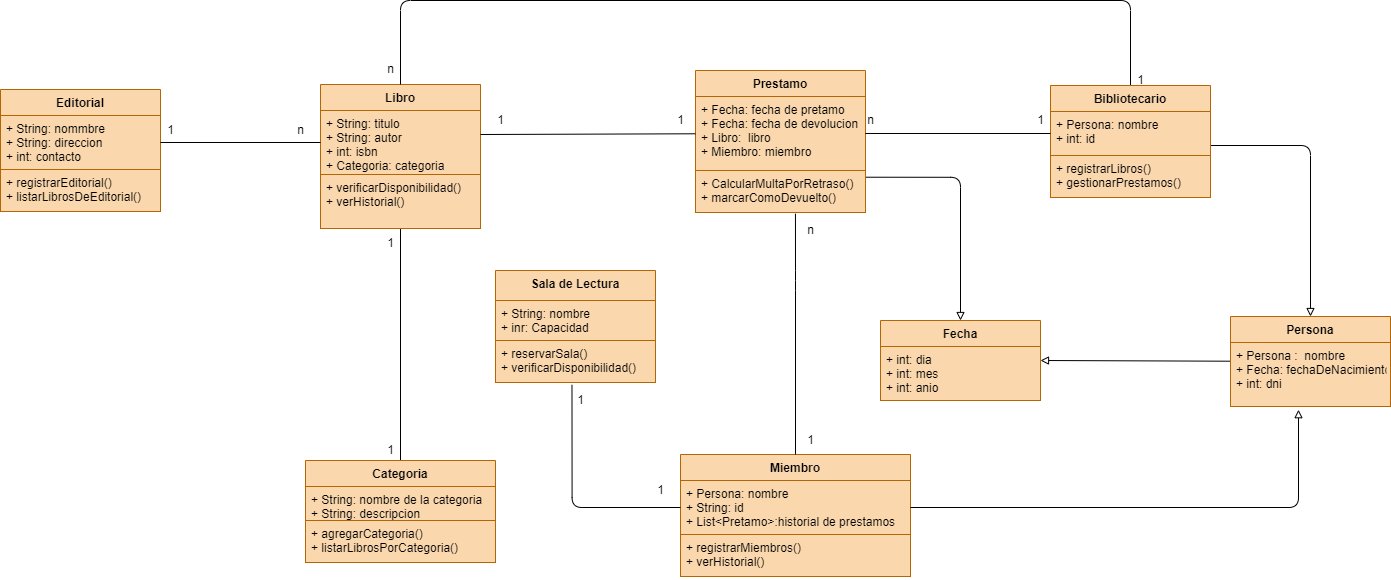
Before: Diagramas/Sistema_de_Bibliotecas_B.drawio.png, a diagram exported from draw.io (nexphernandez/Diagramas-de-Clase). Source tidied: cells renumbered, new cells last; positions are measured from the earlier drawing's top-left corner, leaving out a move shared by most shapes. Its diagram source:
```xml
<mxGraphModel background="#ffffff">
  <root>
    <mxCell id="0" />
    <mxCell id="1" parent="0" />
    <mxCell id="2" style="edgeStyle=none;html=1;entryX=0.5;entryY=0;entryDx=0;entryDy=0;endArrow=none;endFill=0;" parent="1" edge="1" source="3" target="22">
      <mxGeometry relative="1" as="geometry" />
    </mxCell>
    <mxCell id="3" value="Libro" style="swimlane;fontStyle=1;align=center;verticalAlign=top;horizontal=1;startSize=26;fillColor=#fad7ac;strokeColor=#b46504;" parent="1" vertex="1">
      <mxGeometry x="320" y="84" width="160" height="144" as="geometry" />
    </mxCell>
    <mxCell id="4" value="+ String: titulo&#10;+ String: autor&#10;+ int: isbn&#10;+ Categoria: categoria" style="text;fillColor=#fad7ac;align=left;verticalAlign=top;spacingLeft=4;spacingRight=4;overflow=hidden;points=[[0,0.5],[1,0.5]];portConstraint=eastwest;strokeColor=#b46504;" parent="3" vertex="1">
      <mxGeometry y="26" width="160" height="64" as="geometry" />
    </mxCell>
    <mxCell id="5" style="line;strokeWidth=1;fillColor=#fad7ac;align=left;verticalAlign=middle;spacingTop=-1;spacingLeft=3;spacingRight=3;labelPosition=right;strokeColor=#b46504;" parent="3" vertex="1">
      <mxGeometry y="90" width="160" as="geometry" />
    </mxCell>
    <mxCell id="6" value="+ verificarDisponibilidad()&#10;+ verHistorial()" style="text;fillColor=#fad7ac;align=left;verticalAlign=top;spacingLeft=4;spacingRight=4;overflow=hidden;strokeColor=#b46504;" parent="3" vertex="1">
      <mxGeometry y="90" width="160" height="54" as="geometry" />
    </mxCell>
    <mxCell id="7" value="Miembro" style="swimlane;fontStyle=1;align=center;verticalAlign=top;horizontal=1;startSize=26;fillColor=#fad7ac;strokeColor=#b46504;" parent="1" vertex="1">
      <mxGeometry x="680" y="454" width="230" height="122" as="geometry" />
    </mxCell>
    <mxCell id="8" value="+ Persona: nombre&#10;+ String: id&#10;+ List&lt;Pretamo&gt;:historial de prestamos" style="text;fillColor=#fad7ac;align=left;verticalAlign=top;spacingLeft=4;spacingRight=4;overflow=hidden;points=[[0,0.5],[1,0.5]];portConstraint=eastwest;strokeColor=#b46504;" parent="7" vertex="1">
      <mxGeometry y="26" width="230" height="54" as="geometry" />
    </mxCell>
    <mxCell id="9" style="line;strokeWidth=1;fillColor=#fad7ac;align=left;verticalAlign=middle;spacingTop=-1;spacingLeft=3;spacingRight=3;labelPosition=right;strokeColor=#b46504;" parent="7" vertex="1">
      <mxGeometry y="80" width="230" as="geometry" />
    </mxCell>
    <mxCell id="10" value="+ registrarMiembros()&#10;+ verHistorial()" style="text;fillColor=#fad7ac;align=left;verticalAlign=top;spacingLeft=4;spacingRight=4;overflow=hidden;strokeColor=#b46504;" parent="7" vertex="1">
      <mxGeometry y="80" width="230" height="42" as="geometry" />
    </mxCell>
    <mxCell id="11" style="edgeStyle=orthogonalEdgeStyle;html=1;endArrow=block;endFill=0;exitX=1.003;exitY=0.16;exitDx=0;exitDy=0;exitPerimeter=0;entryX=0.5;entryY=0;entryDx=0;entryDy=0;" parent="1" edge="1" source="15" target="26">
      <mxGeometry relative="1" as="geometry">
        <Array as="points">
          <mxPoint x="960" y="177" />
        </Array>
      </mxGeometry>
    </mxCell>
    <mxCell id="12" value="Prestamo" style="swimlane;fontStyle=1;align=center;verticalAlign=top;horizontal=1;startSize=26;fillColor=#fad7ac;strokeColor=#b46504;" parent="1" vertex="1">
      <mxGeometry x="695" y="70" width="170" height="142" as="geometry" />
    </mxCell>
    <mxCell id="13" value="+ Fecha: fecha de pretamo&#10;+ Fecha: fecha de devolucion&#10;+ Libro:  libro&#10;+ Miembro: miembro" style="text;strokeColor=#b46504;fillColor=#fad7ac;align=left;verticalAlign=top;spacingLeft=4;spacingRight=4;overflow=hidden;points=[[0,0.5],[1,0.5]];portConstraint=eastwest;" parent="12" vertex="1">
      <mxGeometry y="26" width="170" height="74" as="geometry" />
    </mxCell>
    <mxCell id="14" style="line;strokeWidth=1;fillColor=none;align=left;verticalAlign=middle;spacingTop=-1;spacingLeft=3;spacingRight=3;labelPosition=right;strokeColor=inherit;" parent="12" vertex="1">
      <mxGeometry y="100" width="170" as="geometry" />
    </mxCell>
    <mxCell id="15" value="+ CalcularMultaPorRetraso()&#10;+ marcarComoDevuelto()" style="text;strokeColor=#b46504;fillColor=#fad7ac;align=left;verticalAlign=top;spacingLeft=4;spacingRight=4;overflow=hidden;points=[[0,0.5],[1,0.5]];portConstraint=eastwest;" parent="12" vertex="1">
      <mxGeometry y="100" width="170" height="42" as="geometry" />
    </mxCell>
    <mxCell id="16" style="edgeStyle=orthogonalEdgeStyle;html=1;entryX=0.5;entryY=0;entryDx=0;entryDy=0;endArrow=block;endFill=0;" parent="1" edge="1" source="18" target="30">
      <mxGeometry relative="1" as="geometry">
        <Array as="points">
          <mxPoint x="1310" y="145" />
        </Array>
      </mxGeometry>
    </mxCell>
    <mxCell id="17" style="edgeStyle=orthogonalEdgeStyle;html=1;endArrow=none;endFill=0;entryX=0.5;entryY=0;entryDx=0;entryDy=0;" parent="1" edge="1" source="18" target="3">
      <mxGeometry relative="1" as="geometry">
        <Array as="points">
          <mxPoint x="1130" />
          <mxPoint x="400" />
        </Array>
      </mxGeometry>
    </mxCell>
    <mxCell id="18" value="Bibliotecario" style="swimlane;fontStyle=1;align=center;verticalAlign=top;horizontal=1;startSize=26;fillColor=#fad7ac;strokeColor=#b46504;" parent="1" vertex="1">
      <mxGeometry x="1050" y="85" width="160" height="112" as="geometry" />
    </mxCell>
    <mxCell id="19" value="+ Persona: nombre&#10;+ int: id" style="text;strokeColor=#b46504;fillColor=#fad7ac;align=left;verticalAlign=top;spacingLeft=4;spacingRight=4;overflow=hidden;points=[[0,0.5],[1,0.5]];portConstraint=eastwest;" parent="18" vertex="1">
      <mxGeometry y="26" width="160" height="44" as="geometry" />
    </mxCell>
    <mxCell id="20" style="line;strokeWidth=1;fillColor=none;align=left;verticalAlign=middle;spacingTop=-1;spacingLeft=3;spacingRight=3;labelPosition=right;strokeColor=inherit;" parent="18" vertex="1">
      <mxGeometry y="70" width="160" as="geometry" />
    </mxCell>
    <mxCell id="21" value="+ registrarLibros()&#10;+ gestionarPrestamos()" style="text;strokeColor=#b46504;fillColor=#fad7ac;align=left;verticalAlign=top;spacingLeft=4;spacingRight=4;overflow=hidden;" parent="18" vertex="1">
      <mxGeometry y="70" width="160" height="42" as="geometry" />
    </mxCell>
    <mxCell id="22" value="Categoria" style="swimlane;fontStyle=1;align=center;verticalAlign=top;horizontal=1;startSize=26;fillColor=#fad7ac;strokeColor=#b46504;" parent="1" vertex="1">
      <mxGeometry x="305" y="460" width="190" height="102" as="geometry" />
    </mxCell>
    <mxCell id="23" value="+ String: nombre de la categoria&#10;+ String: descripcion" style="text;strokeColor=#b46504;fillColor=#fad7ac;align=left;verticalAlign=top;spacingLeft=4;spacingRight=4;overflow=hidden;" parent="22" vertex="1">
      <mxGeometry y="26" width="190" height="34" as="geometry" />
    </mxCell>
    <mxCell id="24" style="line;strokeWidth=1;fillColor=none;align=left;verticalAlign=middle;spacingTop=-1;spacingLeft=3;spacingRight=3;labelPosition=right;strokeColor=inherit;" parent="22" vertex="1">
      <mxGeometry y="60" width="190" as="geometry" />
    </mxCell>
    <mxCell id="25" value="+ agregarCategoria()&#10;+ listarLibrosPorCategoria()" style="text;strokeColor=#b46504;fillColor=#fad7ac;align=left;verticalAlign=top;spacingLeft=4;spacingRight=4;overflow=hidden;" parent="22" vertex="1">
      <mxGeometry y="60" width="190" height="42" as="geometry" />
    </mxCell>
    <mxCell id="26" value="Fecha" style="swimlane;fontStyle=1;align=center;verticalAlign=top;horizontal=1;startSize=26;fillColor=#fad7ac;strokeColor=#b46504;" parent="1" vertex="1">
      <mxGeometry x="880" y="320" width="160" height="80" as="geometry" />
    </mxCell>
    <mxCell id="27" value="+ int: dia&#10;+ int: mes&#10;+ int: anio" style="text;fillColor=#fad7ac;align=left;verticalAlign=top;spacingLeft=4;spacingRight=4;overflow=hidden;strokeColor=#b46504;" parent="26" vertex="1">
      <mxGeometry y="26" width="160" height="54" as="geometry" />
    </mxCell>
    <mxCell id="28" style="line;strokeWidth=1;fillColor=#fad7ac;align=left;verticalAlign=middle;spacingTop=-1;spacingLeft=3;spacingRight=3;labelPosition=right;strokeColor=#b46504;" parent="26" vertex="1">
      <mxGeometry y="80" width="160" as="geometry" />
    </mxCell>
    <mxCell id="29" style="edgeStyle=none;html=1;entryX=1;entryY=0.5;entryDx=0;entryDy=0;endArrow=block;endFill=0;" parent="1" edge="1" source="30" target="26">
      <mxGeometry relative="1" as="geometry" />
    </mxCell>
    <mxCell id="30" value="Persona" style="swimlane;fontStyle=1;align=center;verticalAlign=top;horizontal=1;startSize=26;fillColor=#fad7ac;strokeColor=#b46504;" parent="1" vertex="1">
      <mxGeometry x="1230" y="316" width="160" height="90" as="geometry" />
    </mxCell>
    <mxCell id="31" value="+ Persona :  nombre&#10;+ Fecha: fechaDeNacimiento&#10;+ int: dni" style="text;fillColor=#fad7ac;align=left;verticalAlign=top;spacingLeft=4;spacingRight=4;overflow=hidden;points=[[0,0.5],[1,0.5]];portConstraint=eastwest;strokeColor=#b46504;" parent="30" vertex="1">
      <mxGeometry y="26" width="160" height="64" as="geometry" />
    </mxCell>
    <mxCell id="32" style="line;strokeWidth=1;fillColor=none;align=left;verticalAlign=middle;spacingTop=-1;spacingLeft=3;spacingRight=3;labelPosition=right;strokeColor=inherit;" parent="30" vertex="1">
      <mxGeometry y="90" width="160" as="geometry" />
    </mxCell>
    <mxCell id="33" style="edgeStyle=none;html=1;entryX=0;entryY=0.5;entryDx=0;entryDy=0;endArrow=none;endFill=0;" parent="1" edge="1" source="13" target="19">
      <mxGeometry relative="1" as="geometry" />
    </mxCell>
    <mxCell id="34" style="edgeStyle=none;html=1;entryX=1;entryY=0.375;entryDx=0;entryDy=0;entryPerimeter=0;endArrow=none;endFill=0;" parent="1" edge="1" source="13" target="4">
      <mxGeometry relative="1" as="geometry" />
    </mxCell>
    <mxCell id="35" style="edgeStyle=orthogonalEdgeStyle;html=1;entryX=0.5;entryY=0;entryDx=0;entryDy=0;endArrow=none;endFill=0;exitX=0.588;exitY=1.028;exitDx=0;exitDy=0;exitPerimeter=0;" parent="1" edge="1" source="15" target="7">
      <mxGeometry relative="1" as="geometry">
        <Array as="points">
          <mxPoint x="795" y="280" />
          <mxPoint x="795" y="280" />
        </Array>
      </mxGeometry>
    </mxCell>
    <mxCell id="36" value="1" style="text;html=1;align=center;verticalAlign=middle;strokeColor=none;fillColor=none;" parent="1" vertex="1">
      <mxGeometry x="795" y="425" width="30" height="30" as="geometry" />
    </mxCell>
    <mxCell id="37" value="n" style="text;html=1;align=center;verticalAlign=middle;strokeColor=none;fillColor=none;" parent="1" vertex="1">
      <mxGeometry x="795" y="215" width="30" height="30" as="geometry" />
    </mxCell>
    <mxCell id="38" style="edgeStyle=orthogonalEdgeStyle;html=1;entryX=0.425;entryY=1.05;entryDx=0;entryDy=0;entryPerimeter=0;endArrow=block;endFill=0;" parent="1" edge="1" source="8" target="31">
      <mxGeometry relative="1" as="geometry">
        <Array as="points">
          <mxPoint x="1298" y="507" />
        </Array>
      </mxGeometry>
    </mxCell>
    <mxCell id="39" value="1" style="text;html=1;align=center;verticalAlign=middle;strokeColor=none;fillColor=none;" parent="1" vertex="1">
      <mxGeometry x="665" y="105" width="30" height="30" as="geometry" />
    </mxCell>
    <mxCell id="40" value="1" style="text;html=1;align=center;verticalAlign=middle;strokeColor=none;fillColor=none;" parent="1" vertex="1">
      <mxGeometry x="485" y="105" width="30" height="30" as="geometry" />
    </mxCell>
    <mxCell id="41" value="1" style="text;html=1;align=center;verticalAlign=middle;strokeColor=none;fillColor=none;" parent="1" vertex="1">
      <mxGeometry x="1025" y="105" width="30" height="30" as="geometry" />
    </mxCell>
    <mxCell id="42" value="n" style="text;html=1;align=center;verticalAlign=middle;strokeColor=none;fillColor=none;" parent="1" vertex="1">
      <mxGeometry x="855" y="105" width="30" height="30" as="geometry" />
    </mxCell>
    <mxCell id="43" value="1" style="text;html=1;align=center;verticalAlign=middle;strokeColor=none;fillColor=none;" parent="1" vertex="1">
      <mxGeometry x="375" y="228" width="30" height="30" as="geometry" />
    </mxCell>
    <mxCell id="44" value="1" style="text;html=1;align=center;verticalAlign=middle;strokeColor=none;fillColor=none;" parent="1" vertex="1">
      <mxGeometry x="375" y="435" width="30" height="30" as="geometry" />
    </mxCell>
    <mxCell id="45" value="1" style="text;html=1;align=center;verticalAlign=middle;strokeColor=none;fillColor=none;" parent="1" vertex="1">
      <mxGeometry x="1125" y="65" width="30" height="30" as="geometry" />
    </mxCell>
    <mxCell id="46" value="n" style="text;html=1;align=center;verticalAlign=middle;strokeColor=none;fillColor=none;" parent="1" vertex="1">
      <mxGeometry x="375" y="54" width="30" height="30" as="geometry" />
    </mxCell>
    <mxCell id="47" value="Editorial" style="swimlane;fontStyle=1;align=center;verticalAlign=top;horizontal=1;startSize=26;fillColor=#fad7ac;strokeColor=#b46504;" parent="1" vertex="1">
      <mxGeometry y="89" width="160" height="122" as="geometry" />
    </mxCell>
    <mxCell id="48" value="+ String: nommbre&#10;+ String: direccion&#10;+ int: contacto" style="text;strokeColor=#b46504;fillColor=#fad7ac;align=left;verticalAlign=top;spacingLeft=4;spacingRight=4;overflow=hidden;points=[[0,0.5],[1,0.5]];portConstraint=eastwest;" parent="47" vertex="1">
      <mxGeometry y="26" width="160" height="54" as="geometry" />
    </mxCell>
    <mxCell id="49" style="line;strokeWidth=1;fillColor=none;align=left;verticalAlign=middle;spacingTop=-1;spacingLeft=3;spacingRight=3;labelPosition=right;strokeColor=inherit;" parent="47" vertex="1">
      <mxGeometry y="80" width="160" as="geometry" />
    </mxCell>
    <mxCell id="50" value="+ registrarEditorial()&#10;+ listarLibrosDeEditorial()" style="text;strokeColor=#b46504;fillColor=#fad7ac;align=left;verticalAlign=top;spacingLeft=4;spacingRight=4;overflow=hidden;" parent="47" vertex="1">
      <mxGeometry y="80" width="160" height="42" as="geometry" />
    </mxCell>
    <mxCell id="51" value="Sala de Lectura" style="swimlane;fontStyle=1;align=center;verticalAlign=top;horizontal=1;startSize=30;fillColor=#fad7ac;strokeColor=#b46504;" parent="1" vertex="1">
      <mxGeometry x="495" y="270" width="160" height="112" as="geometry" />
    </mxCell>
    <mxCell id="52" value="+ String: nombre&#10;+ inr: Capacidad" style="text;strokeColor=#b46504;fillColor=#fad7ac;align=left;verticalAlign=top;spacingLeft=4;spacingRight=4;overflow=hidden;" parent="51" vertex="1">
      <mxGeometry y="30" width="160" height="40" as="geometry" />
    </mxCell>
    <mxCell id="53" style="line;strokeWidth=1;fillColor=none;align=left;verticalAlign=middle;spacingTop=-1;spacingLeft=3;spacingRight=3;labelPosition=right;strokeColor=inherit;" parent="51" vertex="1">
      <mxGeometry y="70" width="160" as="geometry" />
    </mxCell>
    <mxCell id="54" value="+ reservarSala()&#10;+ verificarDisponibilidad()" style="text;strokeColor=#b46504;fillColor=#fad7ac;align=left;verticalAlign=top;spacingLeft=4;spacingRight=4;overflow=hidden;points=[[0,0.5],[1,0.5]];portConstraint=eastwest;" parent="51" vertex="1">
      <mxGeometry y="70" width="160" height="42" as="geometry" />
    </mxCell>
    <mxCell id="55" style="edgeStyle=none;html=1;entryX=1;entryY=0.5;entryDx=0;entryDy=0;endArrow=none;endFill=0;" parent="1" edge="1" source="4" target="48">
      <mxGeometry relative="1" as="geometry" />
    </mxCell>
    <mxCell id="56" style="edgeStyle=orthogonalEdgeStyle;html=1;entryX=0;entryY=0.5;entryDx=0;entryDy=0;endArrow=none;endFill=0;exitX=0.478;exitY=1.056;exitDx=0;exitDy=0;exitPerimeter=0;" parent="1" edge="1" source="54" target="8">
      <mxGeometry relative="1" as="geometry">
        <Array as="points">
          <mxPoint x="572" y="507" />
        </Array>
      </mxGeometry>
    </mxCell>
    <mxCell id="57" value="n" style="text;html=1;align=center;verticalAlign=middle;strokeColor=none;fillColor=none;" parent="1" vertex="1">
      <mxGeometry x="285" y="115" width="30" height="30" as="geometry" />
    </mxCell>
    <mxCell id="58" value="1" style="text;html=1;align=center;verticalAlign=middle;strokeColor=none;fillColor=none;" parent="1" vertex="1">
      <mxGeometry x="155" y="115" width="30" height="30" as="geometry" />
    </mxCell>
    <mxCell id="59" value="1" style="text;html=1;align=center;verticalAlign=middle;strokeColor=none;fillColor=none;" parent="1" vertex="1">
      <mxGeometry x="645" y="475" width="30" height="30" as="geometry" />
    </mxCell>
    <mxCell id="60" value="1" style="text;html=1;align=center;verticalAlign=middle;strokeColor=none;fillColor=none;" parent="1" vertex="1">
      <mxGeometry x="565" y="385" width="30" height="30" as="geometry" />
    </mxCell>
  </root>
</mxGraphModel>
```
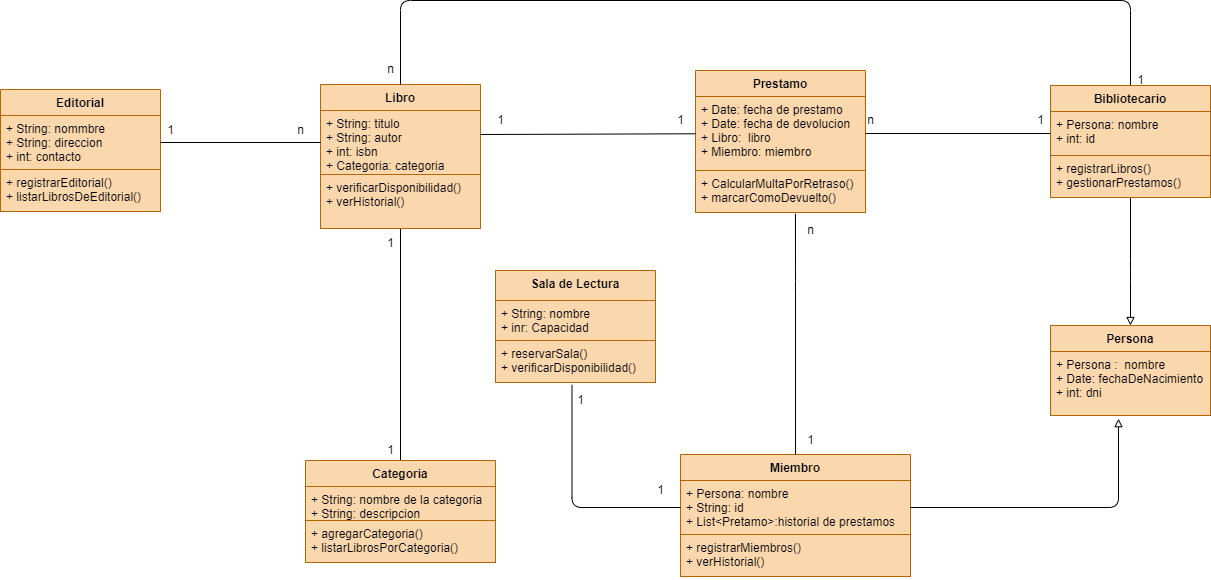
Later version of the same file.

Diff of the diagram source:
```diff
@@ -29,17 +29,10 @@
     <mxCell id="10" value="+ registrarMiembros()&#10;+ verHistorial()" style="text;fillColor=#fad7ac;align=left;verticalAlign=top;spacingLeft=4;spacingRight=4;overflow=hidden;strokeColor=#b46504;" parent="7" vertex="1">
       <mxGeometry y="80" width="230" height="42" as="geometry" />
     </mxCell>
-    <mxCell id="11" style="edgeStyle=orthogonalEdgeStyle;html=1;endArrow=block;endFill=0;exitX=1.003;exitY=0.16;exitDx=0;exitDy=0;exitPerimeter=0;entryX=0.5;entryY=0;entryDx=0;entryDy=0;" parent="1" edge="1" source="15" target="26">
-      <mxGeometry relative="1" as="geometry">
-        <Array as="points">
-          <mxPoint x="960" y="177" />
-        </Array>
-      </mxGeometry>
-    </mxCell>
     <mxCell id="12" value="Prestamo" style="swimlane;fontStyle=1;align=center;verticalAlign=top;horizontal=1;startSize=26;fillColor=#fad7ac;strokeColor=#b46504;" parent="1" vertex="1">
       <mxGeometry x="695" y="70" width="170" height="142" as="geometry" />
     </mxCell>
-    <mxCell id="13" value="+ Fecha: fecha de pretamo&#10;+ Fecha: fecha de devolucion&#10;+ Libro:  libro&#10;+ Miembro: miembro" style="text;strokeColor=#b46504;fillColor=#fad7ac;align=left;verticalAlign=top;spacingLeft=4;spacingRight=4;overflow=hidden;points=[[0,0.5],[1,0.5]];portConstraint=eastwest;" parent="12" vertex="1">
+    <mxCell id="13" value="+ Date: fecha de prestamo&#10;+ Date: fecha de devolucion&#10;+ Libro:  libro&#10;+ Miembro: miembro" style="text;strokeColor=#b46504;fillColor=#fad7ac;align=left;verticalAlign=top;spacingLeft=4;spacingRight=4;overflow=hidden;points=[[0,0.5],[1,0.5]];portConstraint=eastwest;" parent="12" vertex="1">
       <mxGeometry y="26" width="170" height="74" as="geometry" />
     </mxCell>
     <mxCell id="14" style="line;strokeWidth=1;fillColor=none;align=left;verticalAlign=middle;spacingTop=-1;spacingLeft=3;spacingRight=3;labelPosition=right;strokeColor=inherit;" parent="12" vertex="1">
@@ -51,7 +44,8 @@
     <mxCell id="16" style="edgeStyle=orthogonalEdgeStyle;html=1;entryX=0.5;entryY=0;entryDx=0;entryDy=0;endArrow=block;endFill=0;" parent="1" edge="1" source="18" target="30">
       <mxGeometry relative="1" as="geometry">
         <Array as="points">
-          <mxPoint x="1310" y="145" />
+          <mxPoint x="1130" y="270" />
+          <mxPoint x="1130" y="270" />
         </Array>
       </mxGeometry>
     </mxCell>
@@ -87,22 +81,10 @@
     <mxCell id="25" value="+ agregarCategoria()&#10;+ listarLibrosPorCategoria()" style="text;strokeColor=#b46504;fillColor=#fad7ac;align=left;verticalAlign=top;spacingLeft=4;spacingRight=4;overflow=hidden;" parent="22" vertex="1">
       <mxGeometry y="60" width="190" height="42" as="geometry" />
     </mxCell>
-    <mxCell id="26" value="Fecha" style="swimlane;fontStyle=1;align=center;verticalAlign=top;horizontal=1;startSize=26;fillColor=#fad7ac;strokeColor=#b46504;" parent="1" vertex="1">
-      <mxGeometry x="880" y="320" width="160" height="80" as="geometry" />
-    </mxCell>
-    <mxCell id="27" value="+ int: dia&#10;+ int: mes&#10;+ int: anio" style="text;fillColor=#fad7ac;align=left;verticalAlign=top;spacingLeft=4;spacingRight=4;overflow=hidden;strokeColor=#b46504;" parent="26" vertex="1">
-      <mxGeometry y="26" width="160" height="54" as="geometry" />
-    </mxCell>
-    <mxCell id="28" style="line;strokeWidth=1;fillColor=#fad7ac;align=left;verticalAlign=middle;spacingTop=-1;spacingLeft=3;spacingRight=3;labelPosition=right;strokeColor=#b46504;" parent="26" vertex="1">
-      <mxGeometry y="80" width="160" as="geometry" />
-    </mxCell>
-    <mxCell id="29" style="edgeStyle=none;html=1;entryX=1;entryY=0.5;entryDx=0;entryDy=0;endArrow=block;endFill=0;" parent="1" edge="1" source="30" target="26">
-      <mxGeometry relative="1" as="geometry" />
-    </mxCell>
     <mxCell id="30" value="Persona" style="swimlane;fontStyle=1;align=center;verticalAlign=top;horizontal=1;startSize=26;fillColor=#fad7ac;strokeColor=#b46504;" parent="1" vertex="1">
-      <mxGeometry x="1230" y="316" width="160" height="90" as="geometry" />
+      <mxGeometry x="1050" y="325" width="160" height="90" as="geometry" />
     </mxCell>
-    <mxCell id="31" value="+ Persona :  nombre&#10;+ Fecha: fechaDeNacimiento&#10;+ int: dni" style="text;fillColor=#fad7ac;align=left;verticalAlign=top;spacingLeft=4;spacingRight=4;overflow=hidden;points=[[0,0.5],[1,0.5]];portConstraint=eastwest;strokeColor=#b46504;" parent="30" vertex="1">
+    <mxCell id="31" value="+ Persona :  nombre&#10;+ Date: fechaDeNacimiento&#10;+ int: dni" style="text;fillColor=#fad7ac;align=left;verticalAlign=top;spacingLeft=4;spacingRight=4;overflow=hidden;points=[[0,0.5],[1,0.5]];portConstraint=eastwest;strokeColor=#b46504;" parent="30" vertex="1">
       <mxGeometry y="26" width="160" height="64" as="geometry" />
     </mxCell>
     <mxCell id="32" style="line;strokeWidth=1;fillColor=none;align=left;verticalAlign=middle;spacingTop=-1;spacingLeft=3;spacingRight=3;labelPosition=right;strokeColor=inherit;" parent="30" vertex="1">
@@ -131,7 +113,7 @@
     <mxCell id="38" style="edgeStyle=orthogonalEdgeStyle;html=1;entryX=0.425;entryY=1.05;entryDx=0;entryDy=0;entryPerimeter=0;endArrow=block;endFill=0;" parent="1" edge="1" source="8" target="31">
       <mxGeometry relative="1" as="geometry">
         <Array as="points">
-          <mxPoint x="1298" y="507" />
+          <mxPoint x="1118" y="507" />
         </Array>
       </mxGeometry>
     </mxCell>
```
